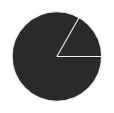
The draw.io diagram Maths Gapped Notes/-Embeds/Untitled Diagram.svg in Irenezs/Notes, before a commit. Source tidied: cells renumbered, new cells last; positions are measured from the earlier drawing's top-left corner, leaving out a move shared by most shapes.
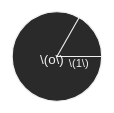
After the change.

Commit message:
vault backup: 2022-05-19 22:33:43

Change to the diagram source:
```diff
@@ -1,4 +1,4 @@
-<mxGraphModel>
+<mxGraphModel math="1">
   <root>
     <mxCell id="0" />
     <mxCell id="1" parent="0" />
@@ -16,5 +16,11 @@
         <mxPoint x="40" y="40" as="sourcePoint" />
       </mxGeometry>
     </mxCell>
+    <mxCell id="5" value="&lt;font style=&quot;font-size: 10px&quot;&gt;\(1\)&lt;/font&gt;" style="text;html=1;strokeColor=none;fillColor=none;align=center;verticalAlign=middle;whiteSpace=wrap;rounded=0;" parent="1" vertex="1">
+      <mxGeometry x="40" y="35" width="40" height="20" as="geometry" />
+    </mxCell>
+    <mxCell id="6" value="\(o\)" style="text;html=1;strokeColor=none;fillColor=none;align=center;verticalAlign=middle;whiteSpace=wrap;rounded=0;" parent="1" vertex="1">
+      <mxGeometry x="16" y="32" width="40" height="20" as="geometry" />
+    </mxCell>
   </root>
 </mxGraphModel>
```
